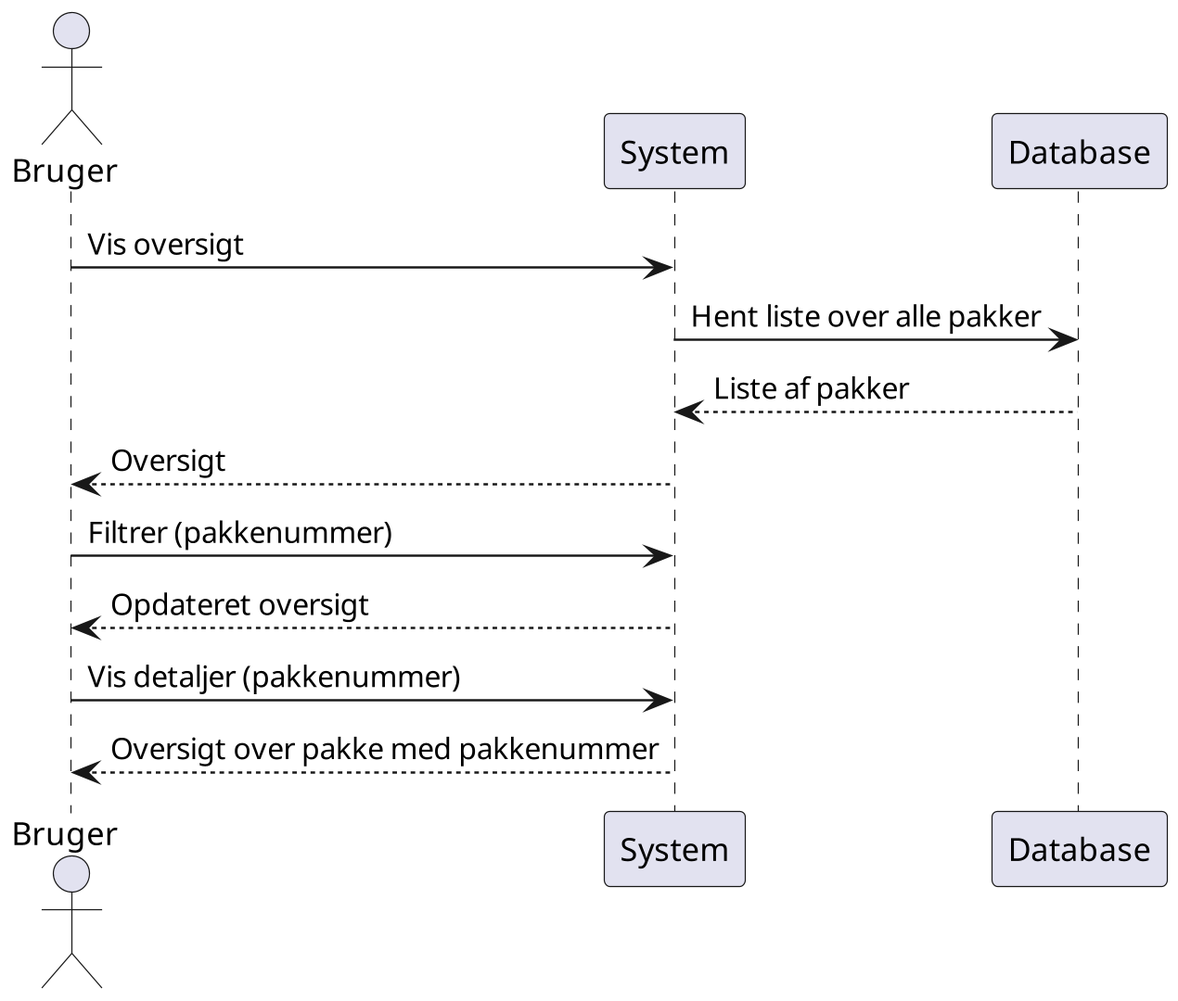
The PlantUML diagram diagram/system-sequence-diagram-1.png in sofush/trace, before a commit. The source it was exported from:
```plantuml
@startuml
scale 1920*1080
actor Bruger
Bruger -> System: Vis oversigt
System -> Database: Hent liste over alle pakker
System <-- Database: Liste af pakker
Bruger <-- System: Oversigt
Bruger -> System: Filtrer (pakkenummer)
Bruger <-- System: Opdateret oversigt
Bruger -> System: Vis detaljer (pakkenummer)
Bruger <-- System: Oversigt over pakke med pakkenummer
@enduml
```
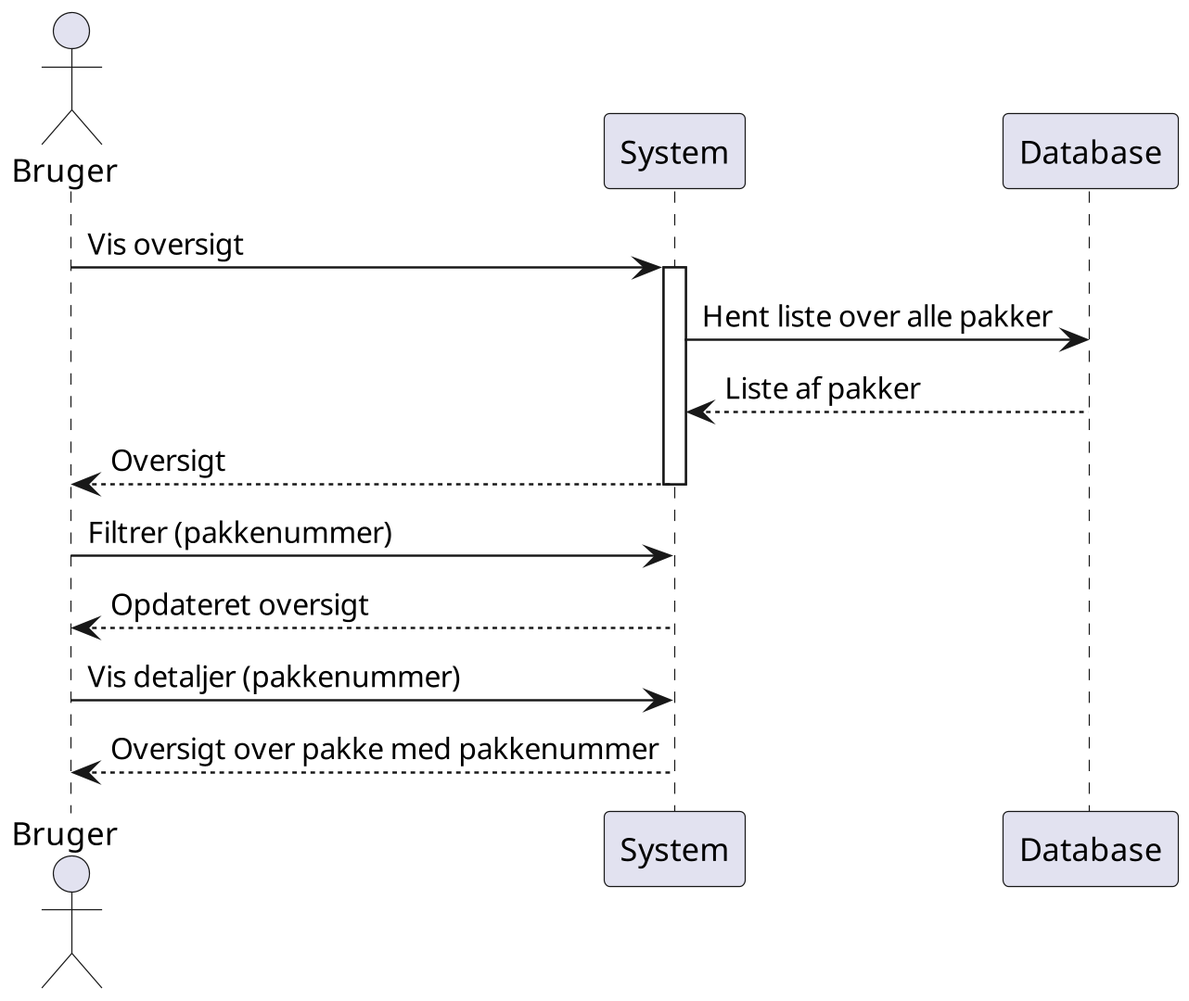
The same file after the commit.

Commit message:
fix: vis blokerende kald til database i SSD 1

What changed in the source:
```diff
@@ -2,9 +2,11 @@
 scale 1920*1080
 actor Bruger
 Bruger -> System: Vis oversigt
+activate System
 System -> Database: Hent liste over alle pakker
 System <-- Database: Liste af pakker
 Bruger <-- System: Oversigt
+deactivate System
 Bruger -> System: Filtrer (pakkenummer)
 Bruger <-- System: Opdateret oversigt
 Bruger -> System: Vis detaljer (pakkenummer)
```
